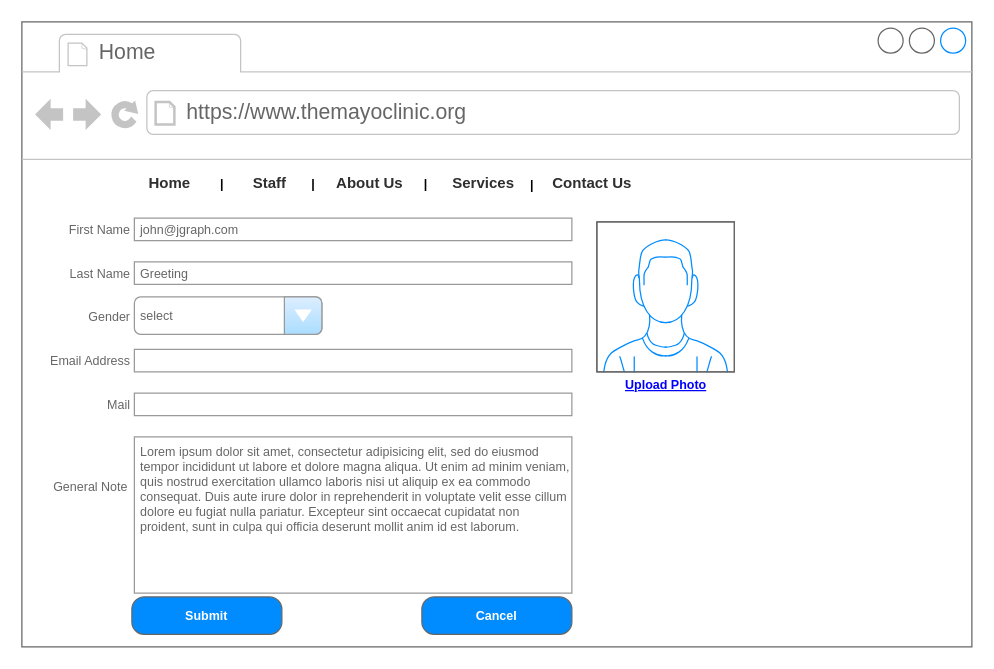
Earlier version of the draw.io diagram page "Home" (6 of 7) of HMS.drawio (ysebega/ysebega). Source tidied: cells renumbered, new cells numbered last; positions are measured from the earlier drawing's top-left corner, leaving out a move shared by most shapes. Both pictures are drawn from the tidied source at 125%, with x=0, y=0 at pixel (21, 21). Pictures stored in the file or linked from it are replaced by grey dashed boxes.
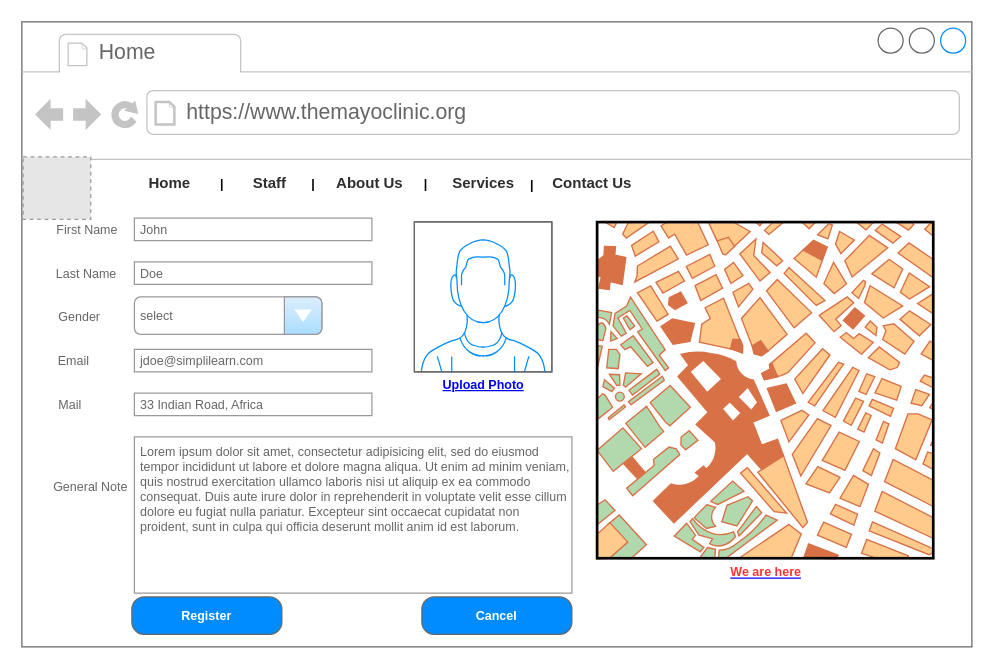
The same diagram, later.

The edit, as a diff of the source:
```diff
@@
-    <mxCell id="2" style="strokeWidth=1;shadow=0;dashed=0;align=center;html=1;shape=mxgraph.mockup.containers.browserWindow;rSize=0;strokeColor=#666666;strokeColor2=#008cff;strokeColor3=#c4c4c4;mainText=,;fontSize=10;fontStyle=1;fontColor=#000000;" parent="1" vertex="1">
+    <mxCell id="2" style="strokeWidth=1;shadow=0;dashed=0;align=center;html=1;shape=mxgraph.mockup.containers.browserWindow;rSize=0;strokeColor=#666666;strokeColor2=#008cff;strokeColor3=#c4c4c4;mainText=,;fontSize=10;fontStyle=1;fontColor=#000000;labelBackgroundColor=default;" parent="1" vertex="1">
       <mxGeometry width="760" height="500" as="geometry" />
     </mxCell>
@@
-    <mxCell id="7" value="Submit" style="strokeWidth=1;shadow=0;dashed=0;align=center;html=1;shape=mxgraph.mockup.buttons.button;strokeColor=#666666;fontColor=#ffffff;mainText=;buttonStyle=round;fontSize=10;fontStyle=1;fillColor=#008cff;whiteSpace=wrap;" parent="2" vertex="1">
+    <mxCell id="7" value="Register" style="strokeWidth=1;shadow=0;dashed=0;align=center;html=1;shape=mxgraph.mockup.buttons.button;strokeColor=#666666;fontColor=#ffffff;mainText=;buttonStyle=round;fontSize=10;fontStyle=1;fillColor=#008cff;whiteSpace=wrap;" parent="2" vertex="1">
       <mxGeometry x="88" y="460" width="120" height="30" as="geometry" />
     </mxCell>
     <mxCell id="8" style="verticalLabelPosition=bottom;shadow=0;dashed=0;align=center;html=1;verticalAlign=top;strokeWidth=1;shape=mxgraph.mockup.containers.userMale;strokeColor=#666666;strokeColor2=#008cff;fontSize=12;" parent="2" vertex="1">
-      <mxGeometry x="460" y="160" width="110" height="120" as="geometry" />
+      <mxGeometry x="314" y="160" width="110" height="120" as="geometry" />
     </mxCell>
     <mxCell id="9" value="Upload Photo" style="shape=rectangle;strokeColor=none;fillColor=none;linkText=;fontSize=10;fontColor=#0000ff;fontStyle=5;html=1;align=center;" parent="2" vertex="1">
-      <mxGeometry x="450" y="280" width="130" height="20" as="geometry" />
+      <mxGeometry x="304" y="280" width="130" height="20" as="geometry" />
     </mxCell>
+    <mxCell id="30" style="fillColor=#E6E6E6;strokeColor=#999999;dashed=1;verticalLabelPosition=bottom;labelBackgroundColor=default;verticalAlign=top;" parent="2" vertex="1">
+      <mxGeometry x="1" y="108" width="54.1" height="50" as="geometry" />
+    </mxCell>
+    <mxCell id="31" style="verticalLabelPosition=bottom;shadow=0;dashed=0;align=center;html=1;verticalAlign=top;strokeWidth=1;shape=mxgraph.mockup.misc.map;labelBackgroundColor=#99FFFF;fontSize=10;fontColor=#99FFFF;fillColor=#D5E8D4;" parent="2" vertex="1">
+      <mxGeometry x="460" y="160" width="270" height="270" as="geometry" />
+    </mxCell>
+    <mxCell id="32" value="&lt;font color=&quot;#ff3333&quot;&gt;We are here&lt;/font&gt;" style="shape=rectangle;strokeColor=none;fillColor=none;linkText=;fontSize=10;fontColor=#0000ff;fontStyle=5;html=1;align=center;" parent="2" vertex="1">
+      <mxGeometry x="530" y="430" width="130" height="20" as="geometry" />
+    </mxCell>
-    <mxCell id="10" value="First Name" style="strokeWidth=1;shadow=0;dashed=0;align=center;html=1;shape=mxgraph.mockup.forms.anchor;align=right;spacingRight=2;fontColor=#666666;fontSize=10;" parent="1" vertex="1">
-      <mxGeometry x="40" y="157" width="50" height="18" as="geometry" />
+    <mxCell id="10" value="First Name" style="strokeWidth=1;shadow=0;dashed=0;align=left;html=1;shape=mxgraph.mockup.forms.anchor;align=right;spacingRight=2;fontColor=#666666;fontSize=10;" parent="1" vertex="1">
+      <mxGeometry x="30" y="157" width="50" height="18" as="geometry" />
     </mxCell>
-    <mxCell id="11" value="john@jgraph.com" style="strokeWidth=1;shadow=0;dashed=0;align=center;html=1;shape=mxgraph.mockup.forms.rrect;fillColor=#ffffff;rSize=0;fontColor=#666666;align=left;spacingLeft=3;strokeColor=#999999;fontSize=10;" parent="1" vertex="1">
-      <mxGeometry x="90" y="157" width="350" height="18" as="geometry" />
+    <mxCell id="11" value="John" style="strokeWidth=1;shadow=0;dashed=0;align=center;html=1;shape=mxgraph.mockup.forms.rrect;fillColor=#ffffff;rSize=0;fontColor=#666666;align=left;spacingLeft=3;strokeColor=#999999;fontSize=10;" parent="1" vertex="1">
+      <mxGeometry x="90" y="157" width="190" height="18" as="geometry" />
     </mxCell>
-    <mxCell id="12" value="Last Name" style="strokeWidth=1;shadow=0;dashed=0;align=center;html=1;shape=mxgraph.mockup.forms.anchor;align=right;spacingRight=2;fontColor=#666666;fontSize=10;" parent="1" vertex="1">
-      <mxGeometry x="40" y="192" width="50" height="18" as="geometry" />
+    <mxCell id="12" value="Last Name" style="strokeWidth=1;shadow=0;dashed=0;align=left;html=1;shape=mxgraph.mockup.forms.anchor;align=right;spacingRight=2;fontColor=#666666;fontSize=10;" parent="1" vertex="1">
+      <mxGeometry x="29" y="192" width="50" height="18" as="geometry" />
     </mxCell>
-    <mxCell id="13" value="Greeting" style="strokeWidth=1;shadow=0;dashed=0;align=center;html=1;shape=mxgraph.mockup.forms.rrect;fillColor=#ffffff;rSize=0;fontColor=#666666;align=left;spacingLeft=3;strokeColor=#999999;fontSize=10;" parent="1" vertex="1">
-      <mxGeometry x="90" y="192" width="350" height="18" as="geometry" />
+    <mxCell id="13" value="Doe" style="strokeWidth=1;shadow=0;dashed=0;align=center;html=1;shape=mxgraph.mockup.forms.rrect;fillColor=#ffffff;rSize=0;fontColor=#666666;align=left;spacingLeft=3;strokeColor=#999999;fontSize=10;" parent="1" vertex="1">
+      <mxGeometry x="90" y="192" width="190" height="18" as="geometry" />
     </mxCell>
-    <mxCell id="14" value="Gender" style="strokeWidth=1;shadow=0;dashed=0;align=center;html=1;shape=mxgraph.mockup.forms.anchor;align=right;spacingRight=2;fontColor=#666666;fontSize=10;" parent="1" vertex="1">
-      <mxGeometry x="40" y="227" width="50" height="18" as="geometry" />
+    <mxCell id="14" value="Gender" style="strokeWidth=1;shadow=0;dashed=0;align=left;html=1;shape=mxgraph.mockup.forms.anchor;align=right;spacingRight=2;fontColor=#666666;fontSize=10;" parent="1" vertex="1">
+      <mxGeometry x="16" y="227" width="50" height="18" as="geometry" />
     </mxCell>
-    <mxCell id="15" value="Email Address" style="strokeWidth=1;shadow=0;dashed=0;align=center;html=1;shape=mxgraph.mockup.forms.anchor;align=right;spacingRight=2;fontColor=#666666;fontSize=10;" parent="1" vertex="1">
-      <mxGeometry x="40" y="262" width="50" height="18" as="geometry" />
+    <mxCell id="15" value="Email&amp;nbsp;" style="strokeWidth=1;shadow=0;dashed=0;align=left;html=1;shape=mxgraph.mockup.forms.anchor;align=right;spacingRight=2;fontColor=#666666;fontSize=10;" parent="1" vertex="1">
+      <mxGeometry x="10" y="262" width="50" height="18" as="geometry" />
     </mxCell>
-    <mxCell id="16" style="strokeWidth=1;shadow=0;dashed=0;align=center;html=1;shape=mxgraph.mockup.forms.rrect;fillColor=#ffffff;rSize=0;fontColor=#666666;align=left;spacingLeft=3;strokeColor=#999999;fontSize=10;" parent="1" vertex="1">
-      <mxGeometry x="90" y="262" width="350" height="18" as="geometry" />
+    <mxCell id="16" value="jdoe@simplilearn.com" style="strokeWidth=1;shadow=0;dashed=0;align=center;html=1;shape=mxgraph.mockup.forms.rrect;fillColor=#ffffff;rSize=0;fontColor=#666666;align=left;spacingLeft=3;strokeColor=#999999;fontSize=10;" parent="1" vertex="1">
+      <mxGeometry x="90" y="262" width="190" height="18" as="geometry" />
     </mxCell>
-    <mxCell id="17" value="Mail" style="strokeWidth=1;shadow=0;dashed=0;align=center;html=1;shape=mxgraph.mockup.forms.anchor;align=right;spacingRight=2;fontColor=#666666;fontSize=10;" parent="1" vertex="1">
-      <mxGeometry x="40" y="297" width="50" height="18" as="geometry" />
+    <mxCell id="17" value="Mail" style="strokeWidth=1;shadow=0;dashed=0;align=left;html=1;shape=mxgraph.mockup.forms.anchor;align=right;spacingRight=2;fontColor=#666666;fontSize=10;" parent="1" vertex="1">
+      <mxGeometry x="1" y="297" width="50" height="18" as="geometry" />
     </mxCell>
-    <mxCell id="18" style="strokeWidth=1;shadow=0;dashed=0;align=center;html=1;shape=mxgraph.mockup.forms.rrect;fillColor=#ffffff;rSize=0;fontColor=#666666;align=left;spacingLeft=3;strokeColor=#999999;fontSize=10;" parent="1" vertex="1">
-      <mxGeometry x="90" y="297" width="350" height="18" as="geometry" />
+    <mxCell id="18" value="33 Indian Road, Africa" style="strokeWidth=1;shadow=0;dashed=0;align=center;html=1;shape=mxgraph.mockup.forms.rrect;fillColor=#ffffff;rSize=0;fontColor=#666666;align=left;spacingLeft=3;strokeColor=#999999;fontSize=10;" parent="1" vertex="1">
+      <mxGeometry x="90" y="297" width="190" height="18" as="geometry" />
     </mxCell>
@@
-    <mxCell id="20" value="General Note" style="strokeWidth=1;shadow=0;dashed=0;align=center;html=1;shape=mxgraph.mockup.forms.anchor;align=right;spacingRight=2;fontColor=#666666;fontSize=10;" parent="1" vertex="1">
+    <mxCell id="20" value="General Note" style="strokeWidth=1;shadow=0;dashed=0;align=left;html=1;shape=mxgraph.mockup.forms.anchor;align=right;spacingRight=2;fontColor=#666666;fontSize=10;" parent="1" vertex="1">
       <mxGeometry x="38" y="363" width="50" height="18" as="geometry" />
     </mxCell>
```
